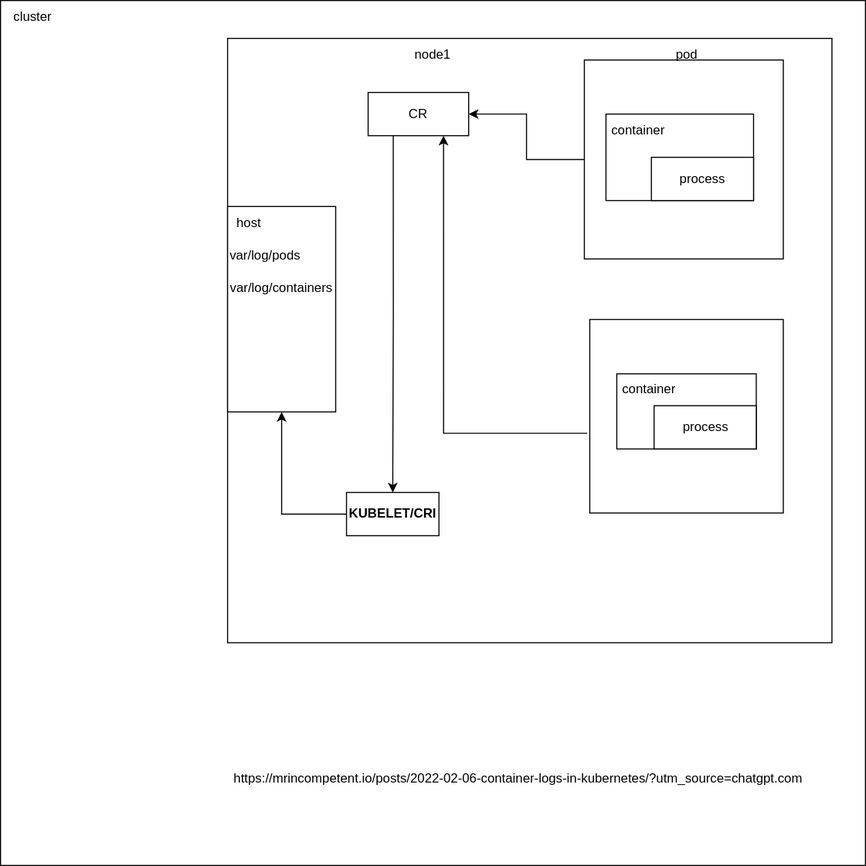
This is infrastructure/log-storage-node.drawio.svg from jottakayo/topology-diagrams, a draw.io export, as it was before one commit. Source tidied: cells renumbered, new cells last; positions are measured from the earlier drawing's top-left corner, leaving out a move shared by most shapes.
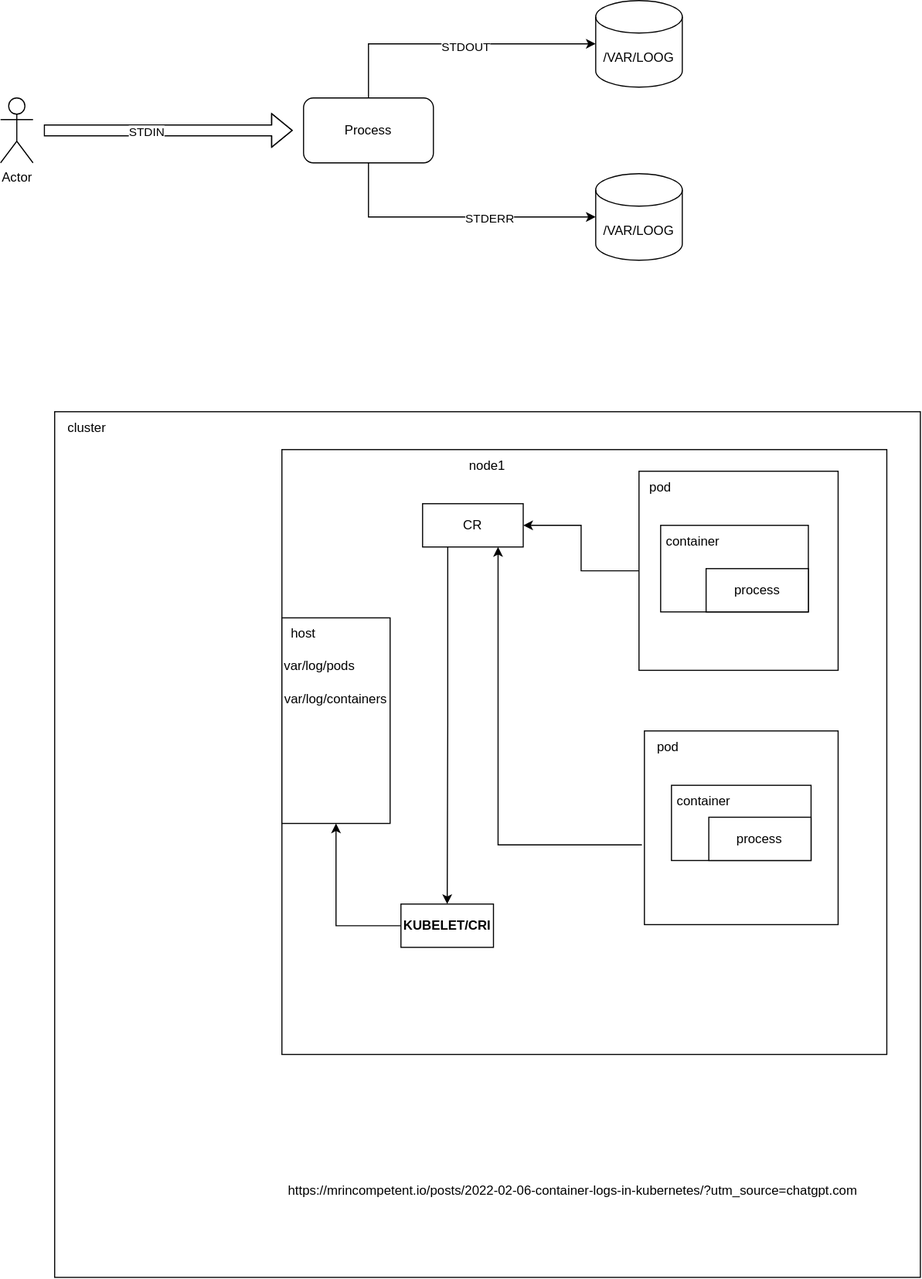
Above is the later version.

What changed in the source:
```diff
@@ -57,7 +57,7 @@
       <mxGeometry x="560" y="105" width="60" height="30" as="geometry" />
     </mxCell>
     <mxCell id="20" value="pod" style="text;html=1;align=center;verticalAlign=middle;whiteSpace=wrap;rounded=0;" parent="1" vertex="1">
-      <mxGeometry x="604.5" y="35" width="60" height="30" as="geometry" />
+      <mxGeometry x="530" y="55" width="60" height="30" as="geometry" />
     </mxCell>
     <mxCell id="21" style="whiteSpace=wrap;html=1;" parent="1" vertex="1">
       <mxGeometry x="545" y="295" width="179" height="179" as="geometry" />
@@ -74,5 +74,50 @@
     <mxCell id="25" value="container" style="text;html=1;align=center;verticalAlign=middle;whiteSpace=wrap;rounded=0;" parent="1" vertex="1">
       <mxGeometry x="569.5" y="345" width="60" height="30" as="geometry" />
     </mxCell>
+    <mxCell id="26" value="pod" style="text;html=1;align=center;verticalAlign=middle;whiteSpace=wrap;rounded=0;" parent="1" vertex="1">
+      <mxGeometry x="537" y="295" width="60" height="30" as="geometry" />
+    </mxCell>
+    <mxCell id="27" value="Process" style="rounded=1;whiteSpace=wrap;html=1;" parent="1" vertex="1">
+      <mxGeometry x="230" y="-290" width="120" height="60" as="geometry" />
+    </mxCell>
+    <mxCell id="28" value="Actor" style="shape=umlActor;verticalLabelPosition=bottom;verticalAlign=top;html=1;" parent="1" vertex="1">
+      <mxGeometry x="-50" y="-290" width="30" height="60" as="geometry" />
+    </mxCell>
+    <mxCell id="29" style="shape=flexArrow;endArrow=classic;html=1;rounded=0;" parent="1" edge="1">
+      <mxGeometry relative="1" as="geometry">
+        <mxPoint x="-10" y="-260" as="sourcePoint" />
+        <mxPoint x="220" y="-260" as="targetPoint" />
+        <Array as="points">
+          <mxPoint x="70" y="-260" />
+        </Array>
+      </mxGeometry>
+    </mxCell>
+    <mxCell id="30" value="STDIN" style="edgeLabel;html=1;align=center;verticalAlign=middle;" parent="29" vertex="1">
+      <mxGeometry x="-0.18" y="-1" relative="1" as="geometry">
+        <mxPoint x="-1" as="offset" />
+      </mxGeometry>
+    </mxCell>
+    <mxCell id="31" value="/VAR/LOOG" style="shape=cylinder3;whiteSpace=wrap;html=1;boundedLbl=1;backgroundOutline=1;size=15;" parent="1" vertex="1">
+      <mxGeometry x="500" y="-380" width="80" height="80" as="geometry" />
+    </mxCell>
+    <mxCell id="32" value="/VAR/LOOG" style="shape=cylinder3;whiteSpace=wrap;html=1;boundedLbl=1;backgroundOutline=1;size=15;" parent="1" vertex="1">
+      <mxGeometry x="500" y="-220" width="80" height="80" as="geometry" />
+    </mxCell>
+    <mxCell id="33" style="edgeStyle=orthogonalEdgeStyle;rounded=0;jettySize=auto;html=1;exitX=0.5;exitY=0;exitDx=0;exitDy=0;entryX=0;entryY=0.5;entryDx=0;entryDy=0;entryPerimeter=0;" parent="1" edge="1" source="27" target="31">
+      <mxGeometry relative="1" as="geometry" />
+    </mxCell>
+    <mxCell id="34" value="STDOUT" style="edgeLabel;html=1;align=center;verticalAlign=middle;" parent="33" vertex="1">
+      <mxGeometry x="0.07" y="-2" relative="1" as="geometry">
+        <mxPoint x="-1" as="offset" />
+      </mxGeometry>
+    </mxCell>
+    <mxCell id="35" style="edgeStyle=orthogonalEdgeStyle;rounded=0;jettySize=auto;html=1;exitX=0.5;exitY=1;exitDx=0;exitDy=0;entryX=0;entryY=0.5;entryDx=0;entryDy=0;entryPerimeter=0;" parent="1" edge="1" source="27" target="32">
+      <mxGeometry relative="1" as="geometry" />
+    </mxCell>
+    <mxCell id="36" value="STDERR" style="edgeLabel;html=1;align=center;verticalAlign=middle;" parent="35" vertex="1">
+      <mxGeometry x="0.25" y="-1" relative="1" as="geometry">
+        <mxPoint x="-1" as="offset" />
+      </mxGeometry>
+    </mxCell>
   </root>
 </mxGraphModel>
```
